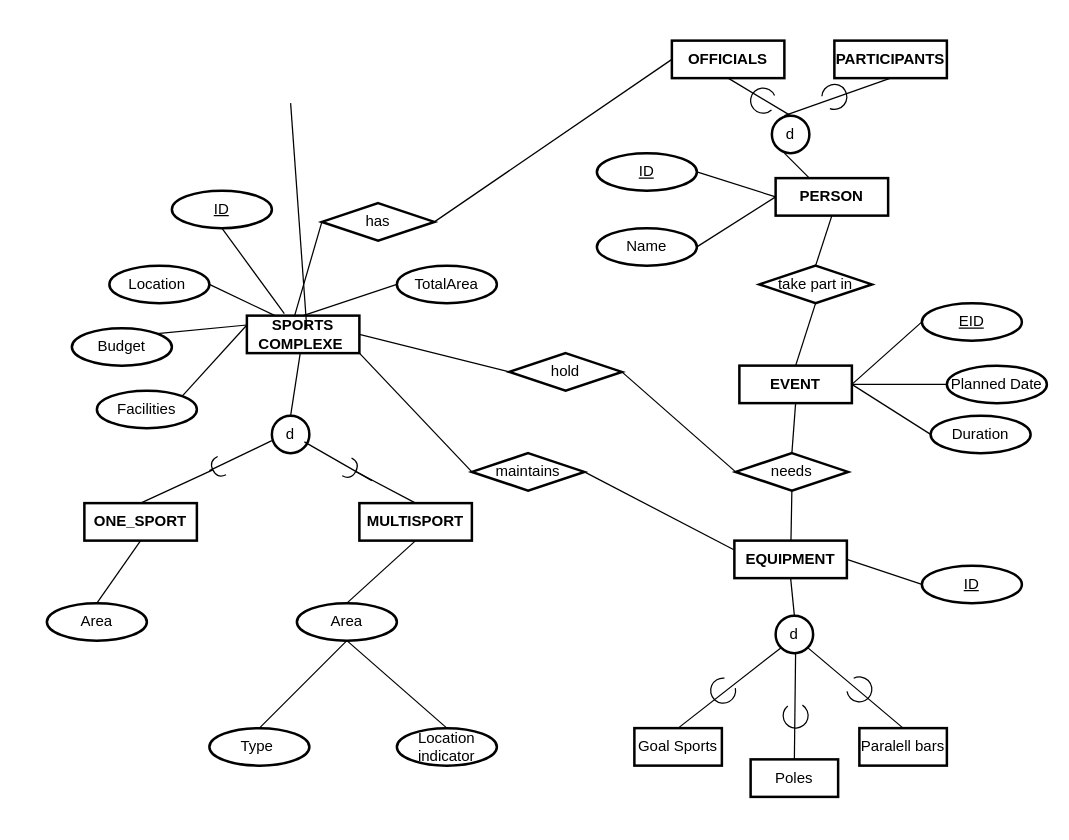
The draw.io diagram 2-W5.drawio in kieuvantuyen01/testGit, before the edit. Source tidied: cells renumbered, new cells numbered last; positions are measured from the earlier drawing's top-left corner, leaving out a move shared by most shapes. Both pictures are drawn from the tidied source at 125%, with x=0, y=0 at pixel (46, 40).
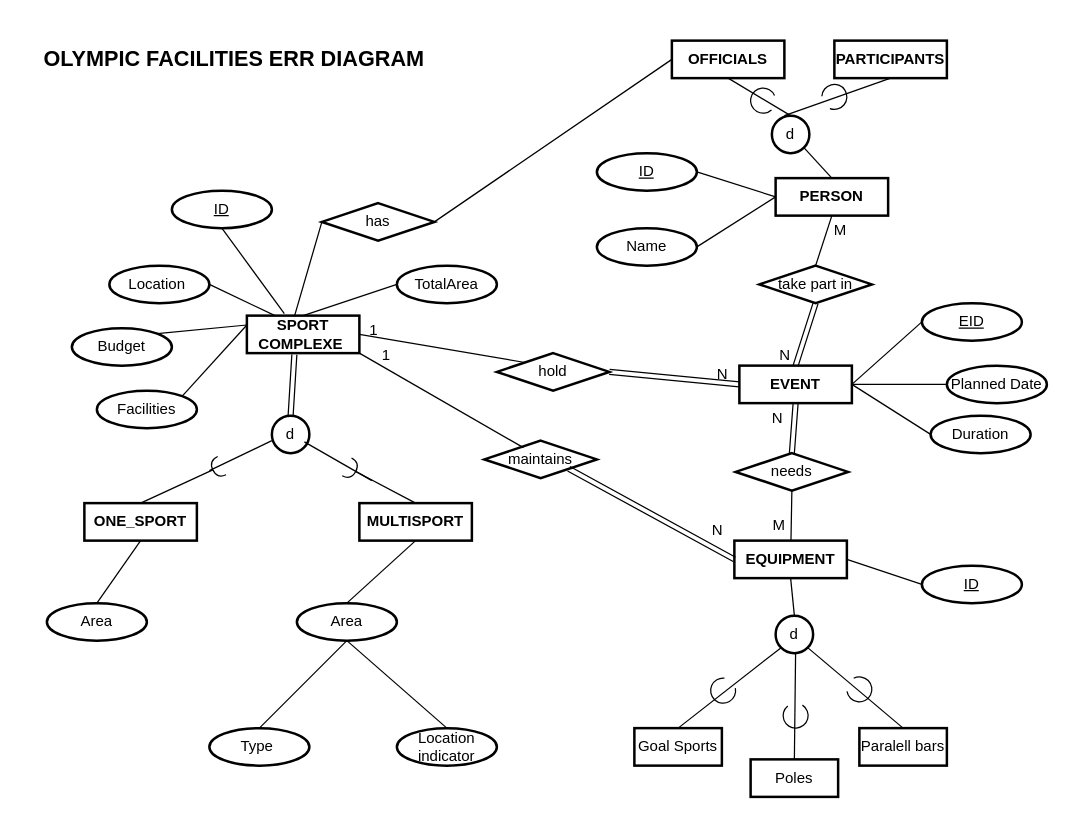
Above is the later version.

Unchanged cells that the change refers to:
```xml
<mxCell id="8" value="EVENT" style="whiteSpace=wrap;html=1;align=center;strokeWidth=2;fontStyle=1;" parent="1" vertex="1">
  <mxGeometry x="554" y="260" width="90" height="30" as="geometry" />
</mxCell>
<mxCell id="11" value="EQUIPMENT" style="whiteSpace=wrap;html=1;align=center;strokeWidth=2;fontStyle=1;" parent="1" vertex="1">
  <mxGeometry x="550" y="400" width="90" height="30" as="geometry" />
</mxCell>
<mxCell id="35" value="needs" style="shape=rhombus;perimeter=rhombusPerimeter;whiteSpace=wrap;html=1;align=center;strokeWidth=2;" parent="1" vertex="1">
  <mxGeometry x="551" y="330" width="90" height="30" as="geometry" />
</mxCell>
<mxCell id="40" value="d" style="ellipse;whiteSpace=wrap;html=1;strokeWidth=2;" parent="1" vertex="1">
  <mxGeometry x="180" y="300" width="30" height="30" as="geometry" />
</mxCell>
<mxCell id="41" value="take part in" style="shape=rhombus;perimeter=rhombusPerimeter;whiteSpace=wrap;html=1;align=center;strokeWidth=2;" parent="1" vertex="1">
  <mxGeometry x="570" y="180" width="90" height="30" as="geometry" />
</mxCell>
<mxCell id="59" value="PERSON" style="whiteSpace=wrap;html=1;align=center;strokeWidth=2;fontStyle=1;" parent="1" vertex="1">
  <mxGeometry x="583" y="110" width="90" height="30" as="geometry" />
</mxCell>
<mxCell id="62" value="d" style="ellipse;whiteSpace=wrap;html=1;strokeWidth=2;" parent="1" vertex="1">
  <mxGeometry x="580" y="60" width="30" height="30" as="geometry" />
</mxCell>
```

Diff of the diagram source:
```diff
@@
-    <mxCell id="2" value="&lt;b style=&quot;text-align: justify&quot;&gt;SPORTS COMPLEXE&lt;/b&gt;&lt;span&gt;&amp;nbsp;&lt;/span&gt;&lt;b style=&quot;text-align: justify&quot;&gt;&lt;br&gt;&lt;/b&gt;" style="whiteSpace=wrap;html=1;align=center;strokeWidth=2;fontStyle=1;" parent="1" vertex="1">
+    <mxCell id="2" value="&lt;b style=&quot;text-align: justify&quot;&gt;SPORT COMPLEXE&lt;/b&gt;&lt;span&gt;&amp;nbsp;&lt;/span&gt;&lt;b style=&quot;text-align: justify&quot;&gt;&lt;br&gt;&lt;/b&gt;" style="whiteSpace=wrap;html=1;align=center;strokeWidth=2;fontStyle=1;" parent="1" vertex="1">
       <mxGeometry x="160" y="220" width="90" height="30" as="geometry" />
     </mxCell>
@@
-    <mxCell id="19" style="endArrow=none;html=1;rounded=0;exitX=0.5;exitY=0;exitDx=0;exitDy=0;exitPerimeter=0;" parent="1" edge="1" target="2">
-      <mxGeometry relative="1" as="geometry">
-        <mxPoint x="195" y="300" as="sourcePoint" />
-      </mxGeometry>
-    </mxCell>
@@
-    <mxCell id="27" style="endArrow=none;html=1;rounded=0;entryX=0.5;entryY=1;entryDx=0;entryDy=0;exitX=0.5;exitY=0;exitDx=0;exitDy=0;" parent="1" edge="1" source="35" target="8">
-      <mxGeometry relative="1" as="geometry" />
-    </mxCell>
@@
-    <mxCell id="39" style="endArrow=none;html=1;rounded=0;exitX=0.5;exitY=0;exitDx=0;exitDy=0;entryX=0.5;entryY=1;entryDx=0;entryDy=0;" parent="1" edge="1">
-      <mxGeometry relative="1" as="geometry">
-        <mxPoint x="208" y="230.8" as="sourcePoint" />
-        <mxPoint x="195" y="50" as="targetPoint" />
-      </mxGeometry>
-    </mxCell>
@@
-    <mxCell id="42" style="endArrow=none;html=1;rounded=0;entryX=0.5;entryY=1;entryDx=0;entryDy=0;exitX=0.5;exitY=0;exitDx=0;exitDy=0;" parent="1" edge="1" source="8" target="41">
-      <mxGeometry relative="1" as="geometry" />
-    </mxCell>
@@
     <mxCell id="44" value="maintains" style="shape=rhombus;perimeter=rhombusPerimeter;whiteSpace=wrap;html=1;align=center;strokeWidth=2;" parent="1" vertex="1">
-      <mxGeometry x="340" y="330" width="90" height="30" as="geometry" />
+      <mxGeometry x="350" y="320" width="90" height="30" as="geometry" />
     </mxCell>
     <mxCell id="45" value="hold" style="shape=rhombus;perimeter=rhombusPerimeter;whiteSpace=wrap;html=1;align=center;strokeWidth=2;" parent="1" vertex="1">
-      <mxGeometry x="370" y="250" width="90" height="30" as="geometry" />
+      <mxGeometry x="360" y="250" width="90" height="30" as="geometry" />
     </mxCell>
-    <mxCell id="46" style="endArrow=none;html=1;rounded=0;entryX=1;entryY=1;entryDx=0;entryDy=0;exitX=0;exitY=0.5;exitDx=0;exitDy=0;" parent="1" edge="1" source="44" target="2">
+    <mxCell id="46" style="endArrow=none;html=1;rounded=0;entryX=1;entryY=1;entryDx=0;entryDy=0;exitX=0.347;exitY=0.187;exitDx=0;exitDy=0;exitPerimeter=0;" parent="1" edge="1" source="44" target="2">
       <mxGeometry relative="1" as="geometry" />
     </mxCell>
-    <mxCell id="47" style="endArrow=none;html=1;rounded=0;entryX=1;entryY=0.5;entryDx=0;entryDy=0;exitX=0;exitY=0.25;exitDx=0;exitDy=0;" parent="1" edge="1" source="11" target="44">
-      <mxGeometry relative="1" as="geometry" />
-    </mxCell>
-    <mxCell id="48" style="endArrow=none;html=1;rounded=0;entryX=1;entryY=0.5;entryDx=0;entryDy=0;exitX=0;exitY=0.5;exitDx=0;exitDy=0;" parent="1" edge="1" source="35" target="45">
-      <mxGeometry relative="1" as="geometry" />
-    </mxCell>
-    <mxCell id="49" style="endArrow=none;html=1;rounded=0;entryX=1;entryY=0.5;entryDx=0;entryDy=0;exitX=0;exitY=0.5;exitDx=0;exitDy=0;" parent="1" edge="1" source="45" target="2">
+    <mxCell id="49" style="endArrow=none;html=1;rounded=0;entryX=1;entryY=0.5;entryDx=0;entryDy=0;exitX=0;exitY=0;exitDx=0;exitDy=0;" parent="1" edge="1" source="45" target="2">
       <mxGeometry relative="1" as="geometry" />
     </mxCell>
@@
-    <mxCell id="60" style="endArrow=none;html=1;rounded=0;entryX=0.3;entryY=0;entryDx=0;entryDy=0;entryPerimeter=0;" parent="1" edge="1" target="59">
-      <mxGeometry relative="1" as="geometry">
-        <mxPoint x="590" y="90" as="sourcePoint" />
-      </mxGeometry>
+    <mxCell id="60" style="endArrow=none;html=1;rounded=0;entryX=0.5;entryY=0;entryDx=0;entryDy=0;exitX=1;exitY=1;exitDx=0;exitDy=0;" parent="1" edge="1" source="62" target="59">
+      <mxGeometry relative="1" as="geometry" />
     </mxCell>
@@
+    <mxCell id="79" style="shape=link;html=1;rounded=0;exitX=0.5;exitY=0;exitDx=0;exitDy=0;entryX=0.422;entryY=1.04;entryDx=0;entryDy=0;entryPerimeter=0;" parent="1" edge="1" source="40" target="2">
+      <mxGeometry relative="1" as="geometry" />
+    </mxCell>
+    <mxCell id="27" style="shape=link;html=1;rounded=0;entryX=0.5;entryY=1;entryDx=0;entryDy=0;exitX=0.5;exitY=0;exitDx=0;exitDy=0;" parent="1" edge="1" source="35" target="8">
+      <mxGeometry relative="1" as="geometry" />
+    </mxCell>
+    <mxCell id="80" value="N" style="html=1;align=right;verticalAlign=bottom;" parent="27" vertex="1">
+      <mxGeometry x="1" relative="1" as="geometry">
+        <mxPoint x="-10" y="19.9" as="offset" />
+      </mxGeometry>
+    </mxCell>
+    <mxCell id="81" value="M" style="html=1;align=right;verticalAlign=bottom;" parent="1" vertex="1">
+      <mxGeometry x="599" y="320" as="geometry">
+        <mxPoint x="-8" y="76" as="offset" />
+      </mxGeometry>
+    </mxCell>
+    <mxCell id="82" style="shape=link;html=1;rounded=0;entryX=0.5;entryY=0;entryDx=0;entryDy=0;exitX=0.5;exitY=1;exitDx=0;exitDy=0;" parent="1" edge="1" source="41" target="8">
+      <mxGeometry relative="1" as="geometry" />
+    </mxCell>
+    <mxCell id="83" value="N" style="html=1;align=right;verticalAlign=bottom;" parent="82" vertex="1">
+      <mxGeometry x="1" relative="1" as="geometry">
+        <mxPoint x="-4.2" y="0.5" as="offset" />
+      </mxGeometry>
+    </mxCell>
+    <mxCell id="84" value="M" style="html=1;align=right;verticalAlign=bottom;" parent="1" vertex="1">
+      <mxGeometry x="640" y="160" as="geometry" />
+    </mxCell>
+    <mxCell id="85" style="shape=link;html=1;rounded=0;exitX=1;exitY=0.5;exitDx=0;exitDy=0;entryX=0;entryY=0.5;entryDx=0;entryDy=0;" parent="1" edge="1" source="45" target="8">
+      <mxGeometry relative="1" as="geometry" />
+    </mxCell>
+    <mxCell id="86" value="N" style="html=1;align=right;verticalAlign=bottom;" parent="85" vertex="1">
+      <mxGeometry x="1" relative="1" as="geometry">
+        <mxPoint x="-8.5" y="0.1" as="offset" />
+      </mxGeometry>
+    </mxCell>
+    <mxCell id="87" value="1" style="html=1;align=right;verticalAlign=bottom;" parent="1" vertex="1">
+      <mxGeometry x="265" y="240" as="geometry" />
+    </mxCell>
+    <mxCell id="88" style="shape=link;html=1;rounded=0;exitX=1;exitY=1;exitDx=0;exitDy=0;entryX=0;entryY=0.5;entryDx=0;entryDy=0;" parent="1" edge="1" source="44" target="11">
+      <mxGeometry relative="1" as="geometry" />
+    </mxCell>
+    <mxCell id="89" value="N" style="html=1;align=right;verticalAlign=bottom;" parent="88" vertex="1">
+      <mxGeometry x="1" relative="1" as="geometry">
+        <mxPoint x="-9" y="-15" as="offset" />
+      </mxGeometry>
+    </mxCell>
+    <mxCell id="90" value="1" style="html=1;align=right;verticalAlign=bottom;" parent="1" vertex="1">
+      <mxGeometry x="275" y="260" as="geometry" />
+    </mxCell>
+    <mxCell id="91" value="&lt;b style=&quot;text-align: justify&quot;&gt;&lt;span style=&quot;font-size: 13.0pt ; line-height: 130%&quot;&gt;OLYMPIC FACILITIES ERR DIAGRAM&lt;/span&gt;&lt;/b&gt;" style="text;html=1;strokeColor=none;fillColor=none;align=center;verticalAlign=middle;whiteSpace=wrap;rounded=0;" parent="1" vertex="1">
+      <mxGeometry x="-20" y="-15" width="340" height="60" as="geometry" />
+    </mxCell>
```
